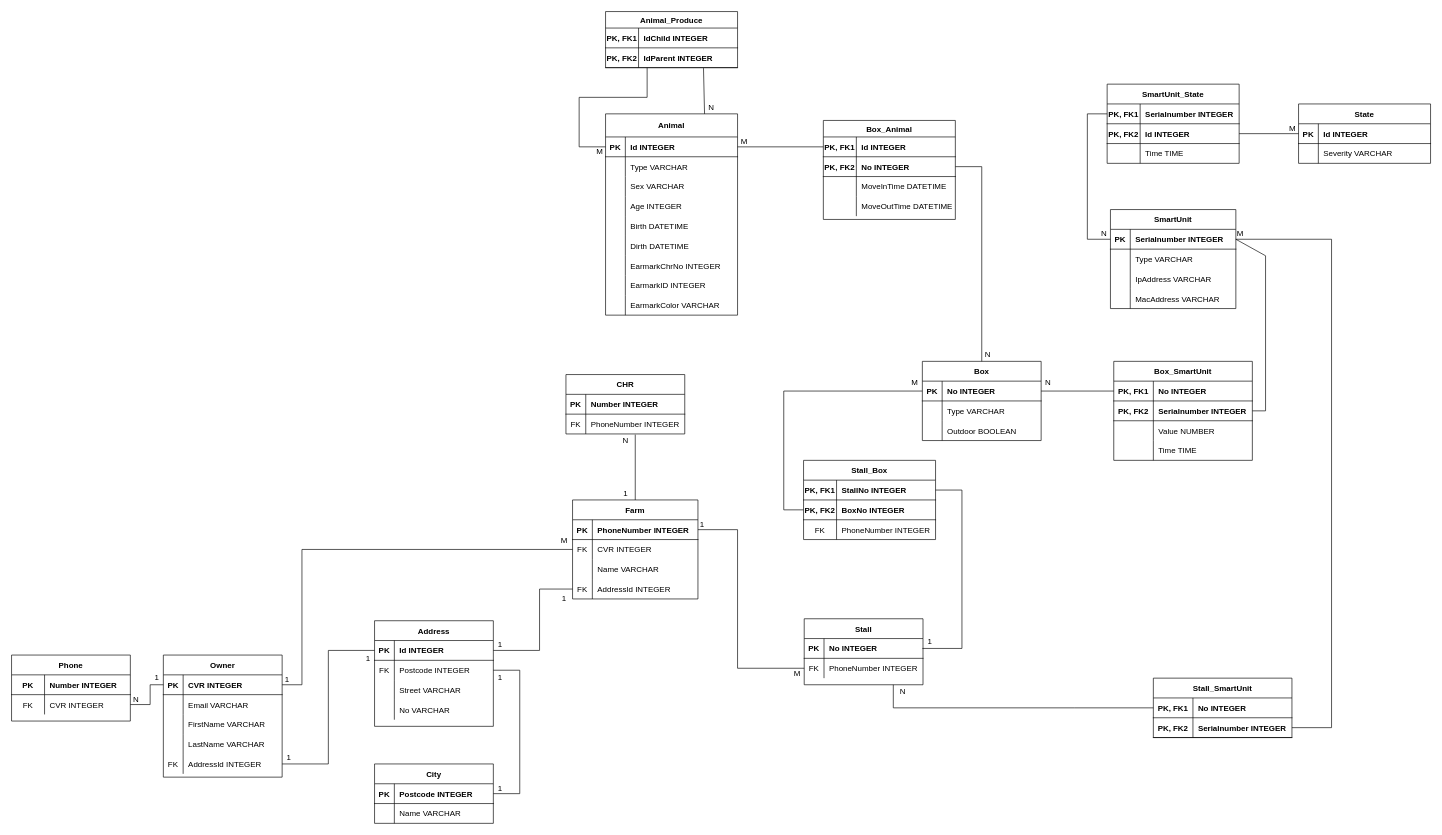
The draw.io diagram PigFarm ER diagram.drawio in jonash871j/H2-PigFarm, before the edit. Source tidied: cells renumbered, new cells numbered last; positions are measured from the earlier drawing's top-left corner, leaving out a move shared by most shapes. Both pictures are drawn from the tidied source at 66%, with x=0, y=0 at pixel (11, 11).
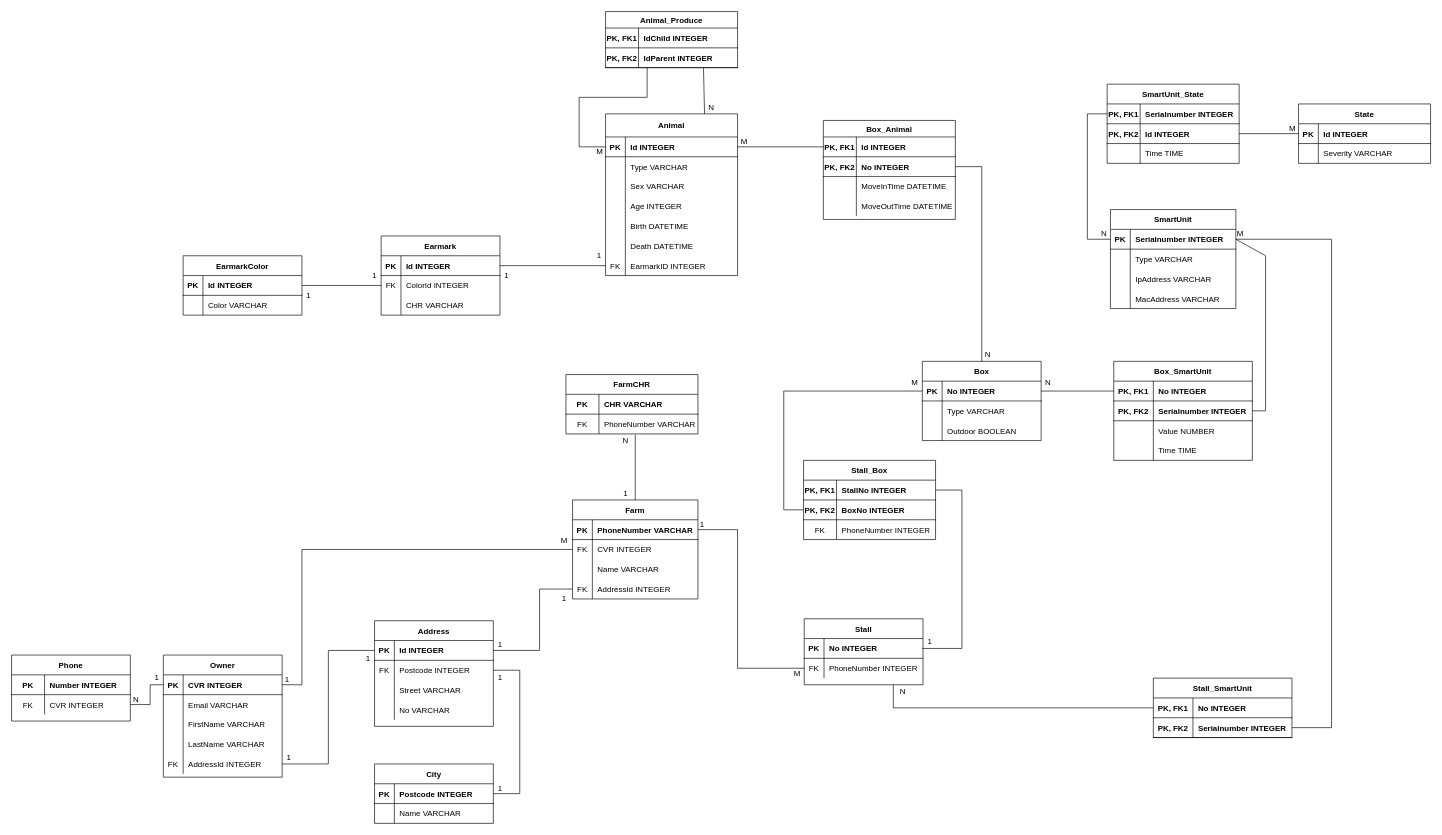
The same page after the edit.

Unchanged cells that the change refers to:
```xml
<mxCell id="18" style="shape=partialRectangle;fillColor=none;top=0;left=0;bottom=0;right=0;" parent="2" vertex="1">
  <mxGeometry y="185" width="200" height="30" as="geometry" />
</mxCell>
<mxCell id="91" style="shape=partialRectangle;fillColor=none;top=0;left=0;bottom=1;right=0;points=[[0,0.5],[1,0.5]];portConstraint=eastwest;" parent="90" vertex="1">
  <mxGeometry y="30" width="190" height="30" as="geometry" />
</mxCell>
```

Change to the diagram source:
```diff
@@
     <mxCell id="2" value="Animal" style="shape=table;startSize=35;childLayout=tableLayout;rowLines=0;fontStyle=1;align=center;fillColor=none;" parent="1" vertex="1">
-      <mxGeometry x="900" y="155" width="200" height="305" as="geometry" />
+      <mxGeometry x="900" y="155" width="200" height="245" as="geometry" />
     </mxCell>
@@
-    <mxCell id="20" value="Dirth DATETIME" style="shape=partialRectangle;fillColor=none;top=0;left=0;bottom=0;right=0;align=left;spacingLeft=6;overflow=hidden;" parent="18" vertex="1">
+    <mxCell id="20" value="Death DATETIME" style="shape=partialRectangle;fillColor=none;top=0;left=0;bottom=0;right=0;align=left;spacingLeft=6;overflow=hidden;" parent="18" vertex="1">
       <mxGeometry x="30" width="170" height="30" as="geometry" />
     </mxCell>
-    <mxCell id="21" style="shape=partialRectangle;fillColor=none;top=0;left=0;bottom=0;right=0;" parent="2" vertex="1">
-      <mxGeometry y="215" width="200" height="30" as="geometry" />
-    </mxCell>
-    <mxCell id="22" style="shape=partialRectangle;fillColor=none;top=0;left=0;bottom=0;right=0;overflow=hidden;" parent="21" vertex="1">
-      <mxGeometry width="30" height="30" as="geometry" />
-    </mxCell>
-    <mxCell id="23" value="EarmarkChrNo INTEGER" style="shape=partialRectangle;fillColor=none;top=0;left=0;bottom=0;right=0;align=left;spacingLeft=6;overflow=hidden;" parent="21" vertex="1">
-      <mxGeometry x="30" width="170" height="30" as="geometry" />
-    </mxCell>
     <mxCell id="24" style="shape=partialRectangle;fillColor=none;top=0;left=0;bottom=0;right=0;points=[[0,0.5],[1,0.5]];portConstraint=eastwest;" parent="2" vertex="1">
-      <mxGeometry y="245" width="200" height="30" as="geometry" />
+      <mxGeometry y="215" width="200" height="30" as="geometry" />
     </mxCell>
-    <mxCell id="25" style="shape=partialRectangle;fillColor=none;top=0;left=0;bottom=0;right=0;overflow=hidden;" parent="24" vertex="1">
+    <mxCell id="25" value="FK" style="shape=partialRectangle;fillColor=none;top=0;left=0;bottom=0;right=0;overflow=hidden;" parent="24" vertex="1">
       <mxGeometry width="30" height="30" as="geometry" />
     </mxCell>
@@
-    <mxCell id="27" style="shape=partialRectangle;fillColor=none;top=0;left=0;bottom=0;right=0;" parent="2" vertex="1">
-      <mxGeometry y="275" width="200" height="30" as="geometry" />
-    </mxCell>
-    <mxCell id="28" style="shape=partialRectangle;fillColor=none;top=0;left=0;bottom=0;right=0;overflow=hidden;" parent="27" vertex="1">
-      <mxGeometry width="30" height="30" as="geometry" />
-    </mxCell>
-    <mxCell id="29" value="EarmarkColor VARCHAR" style="shape=partialRectangle;fillColor=none;top=0;left=0;bottom=0;right=0;align=left;spacingLeft=6;overflow=hidden;" parent="27" vertex="1">
-      <mxGeometry x="30" width="170" height="30" as="geometry" />
-    </mxCell>
@@
-    <mxCell id="93" value="PhoneNumber INTEGER" style="shape=partialRectangle;fillColor=none;top=0;left=0;bottom=0;right=0;align=left;spacingLeft=6;fontStyle=1;overflow=hidden;" parent="91" vertex="1">
+    <mxCell id="93" value="PhoneNumber VARCHAR" style="shape=partialRectangle;fillColor=none;top=0;left=0;bottom=0;right=0;align=left;spacingLeft=6;fontStyle=1;overflow=hidden;" parent="91" vertex="1">
       <mxGeometry x="30" width="160" height="30" as="geometry" />
     </mxCell>
@@
-    <mxCell id="133" value="CHR" style="shape=table;startSize=30;childLayout=tableLayout;rowLines=0;fontStyle=1;align=center;" parent="1" vertex="1">
-      <mxGeometry x="840" y="550" width="180" height="90" as="geometry" />
+    <mxCell id="133" value="FarmCHR" style="shape=table;startSize=30;childLayout=tableLayout;rowLines=0;fontStyle=1;align=center;" parent="1" vertex="1">
+      <mxGeometry x="840" y="550" width="200" height="90" as="geometry" />
     </mxCell>
     <mxCell id="134" style="shape=partialRectangle;fillColor=none;top=0;left=0;bottom=1;right=0;" parent="133" vertex="1">
-      <mxGeometry y="30" width="180" height="30" as="geometry" />
+      <mxGeometry y="30" width="200" height="30" as="geometry" />
     </mxCell>
     <mxCell id="135" value="PK" style="shape=partialRectangle;fillColor=none;top=0;left=0;bottom=0;right=0;fontStyle=1;overflow=hidden;" parent="134" vertex="1">
-      <mxGeometry width="30" height="30" as="geometry" />
+      <mxGeometry width="50" height="30" as="geometry" />
     </mxCell>
-    <mxCell id="136" value="Number INTEGER" style="shape=partialRectangle;fillColor=none;top=0;left=0;bottom=0;right=0;align=left;spacingLeft=6;fontStyle=1;overflow=hidden;" parent="134" vertex="1">
-      <mxGeometry x="30" width="150" height="30" as="geometry" />
+    <mxCell id="136" value="CHR VARCHAR" style="shape=partialRectangle;fillColor=none;top=0;left=0;bottom=0;right=0;align=left;spacingLeft=6;fontStyle=1;overflow=hidden;" parent="134" vertex="1">
+      <mxGeometry x="50" width="150" height="30" as="geometry" />
     </mxCell>
     <mxCell id="137" style="shape=partialRectangle;fillColor=none;top=0;left=0;bottom=0;right=0;" parent="133" vertex="1">
-      <mxGeometry y="60" width="180" height="30" as="geometry" />
+      <mxGeometry y="60" width="200" height="30" as="geometry" />
     </mxCell>
-    <mxCell id="138" value="FK" style="shape=partialRectangle;fillColor=none;top=0;left=0;bottom=0;right=0;overflow=hidden;" parent="137" vertex="1">
-      <mxGeometry width="30" height="30" as="geometry" />
+    <mxCell id="138" value="FK" style="shape=partialRectangle;fillColor=none;top=0;left=0;bottom=0;right=0;overflow=hidden;fontStyle=0;" parent="137" vertex="1">
+      <mxGeometry width="50" height="30" as="geometry" />
     </mxCell>
-    <mxCell id="139" value="PhoneNumber INTEGER" style="shape=partialRectangle;fillColor=none;top=0;left=0;bottom=0;right=0;align=left;spacingLeft=6;overflow=hidden;" parent="137" vertex="1">
-      <mxGeometry x="30" width="150" height="30" as="geometry" />
+    <mxCell id="139" value="PhoneNumber VARCHAR" style="shape=partialRectangle;fillColor=none;top=0;left=0;bottom=0;right=0;align=left;spacingLeft=6;overflow=hidden;fontStyle=0;" parent="137" vertex="1">
+      <mxGeometry x="50" width="150" height="30" as="geometry" />
     </mxCell>
@@
+    <mxCell id="235" value="EarmarkColor" style="shape=table;startSize=30;childLayout=tableLayout;rowLines=0;fontStyle=1;align=center;" parent="1" vertex="1">
+      <mxGeometry x="260" y="370" width="180" height="90" as="geometry" />
+    </mxCell>
+    <mxCell id="236" style="shape=partialRectangle;fillColor=none;top=0;left=0;bottom=1;right=0;points=[[0,0.5],[1,0.5]];portConstraint=eastwest;" parent="235" vertex="1">
+      <mxGeometry y="30" width="180" height="30" as="geometry" />
+    </mxCell>
+    <mxCell id="237" value="PK" style="shape=partialRectangle;fillColor=none;top=0;left=0;bottom=0;right=0;fontStyle=1;overflow=hidden;" parent="236" vertex="1">
+      <mxGeometry width="30" height="30" as="geometry" />
+    </mxCell>
+    <mxCell id="238" value="Id INTEGER" style="shape=partialRectangle;fillColor=none;top=0;left=0;bottom=0;right=0;align=left;spacingLeft=6;fontStyle=1;overflow=hidden;" parent="236" vertex="1">
+      <mxGeometry x="30" width="150" height="30" as="geometry" />
+    </mxCell>
+    <mxCell id="239" style="shape=partialRectangle;fillColor=none;top=0;left=0;bottom=0;right=0;" parent="235" vertex="1">
+      <mxGeometry y="60" width="180" height="30" as="geometry" />
+    </mxCell>
+    <mxCell id="240" style="shape=partialRectangle;fillColor=none;top=0;left=0;bottom=0;right=0;overflow=hidden;" parent="239" vertex="1">
+      <mxGeometry width="30" height="30" as="geometry" />
+    </mxCell>
+    <mxCell id="241" value="Color VARCHAR" style="shape=partialRectangle;fillColor=none;top=0;left=0;bottom=0;right=0;align=left;spacingLeft=6;overflow=hidden;" parent="239" vertex="1">
+      <mxGeometry x="30" width="150" height="30" as="geometry" />
+    </mxCell>
+    <mxCell id="242" value="Earmark" style="shape=table;startSize=30;childLayout=tableLayout;rowLines=0;fontStyle=1;align=center;" parent="1" vertex="1">
+      <mxGeometry x="560" y="340" width="180" height="120" as="geometry" />
+    </mxCell>
+    <mxCell id="243" style="shape=partialRectangle;fillColor=none;top=0;left=0;bottom=1;right=0;points=[[0,0.5],[1,0.5]];portConstraint=eastwest;" parent="242" vertex="1">
+      <mxGeometry y="30" width="180" height="30" as="geometry" />
+    </mxCell>
+    <mxCell id="244" value="PK" style="shape=partialRectangle;fillColor=none;top=0;left=0;bottom=0;right=0;fontStyle=1;overflow=hidden;" parent="243" vertex="1">
+      <mxGeometry width="30" height="30" as="geometry" />
+    </mxCell>
+    <mxCell id="245" value="Id INTEGER" style="shape=partialRectangle;fillColor=none;top=0;left=0;bottom=0;right=0;align=left;spacingLeft=6;fontStyle=1;overflow=hidden;" parent="243" vertex="1">
+      <mxGeometry x="30" width="150" height="30" as="geometry" />
+    </mxCell>
+    <mxCell id="246" style="shape=partialRectangle;fillColor=none;top=0;left=0;bottom=0;right=0;points=[[0,0.5],[1,0.5]];portConstraint=eastwest;" parent="242" vertex="1">
+      <mxGeometry y="60" width="180" height="30" as="geometry" />
+    </mxCell>
+    <mxCell id="247" value="FK" style="shape=partialRectangle;fillColor=none;top=0;left=0;bottom=0;right=0;overflow=hidden;" parent="246" vertex="1">
+      <mxGeometry width="30" height="30" as="geometry" />
+    </mxCell>
+    <mxCell id="248" value="ColorId INTEGER" style="shape=partialRectangle;fillColor=none;top=0;left=0;bottom=0;right=0;align=left;spacingLeft=6;overflow=hidden;" parent="246" vertex="1">
+      <mxGeometry x="30" width="150" height="30" as="geometry" />
+    </mxCell>
+    <mxCell id="249" style="shape=partialRectangle;fillColor=none;top=0;left=0;bottom=0;right=0;" parent="242" vertex="1">
+      <mxGeometry y="90" width="180" height="30" as="geometry" />
+    </mxCell>
+    <mxCell id="250" style="shape=partialRectangle;fillColor=none;top=0;left=0;bottom=0;right=0;overflow=hidden;" parent="249" vertex="1">
+      <mxGeometry width="30" height="30" as="geometry" />
+    </mxCell>
+    <mxCell id="251" value="CHR VARCHAR" style="shape=partialRectangle;fillColor=none;top=0;left=0;bottom=0;right=0;align=left;spacingLeft=6;overflow=hidden;" parent="249" vertex="1">
+      <mxGeometry x="30" width="150" height="30" as="geometry" />
+    </mxCell>
+    <mxCell id="252" style="endArrow=none;html=1;exitX=1;exitY=0.5;exitDx=0;exitDy=0;entryX=0;entryY=0.5;entryDx=0;entryDy=0;" parent="1" edge="1" source="236" target="246">
+      <mxGeometry relative="1" as="geometry" />
+    </mxCell>
+    <mxCell id="253" style="endArrow=none;html=1;entryX=0;entryY=0.5;entryDx=0;entryDy=0;exitX=1;exitY=0.5;exitDx=0;exitDy=0;rounded=0;" parent="1" edge="1" source="243" target="24">
+      <mxGeometry relative="1" as="geometry">
+        <Array as="points">
+          <mxPoint x="820" y="385" />
+        </Array>
+      </mxGeometry>
+    </mxCell>
+    <mxCell id="254" value="1" style="text;html=1;align=center;verticalAlign=middle;" parent="1" vertex="1">
+      <mxGeometry x="440" y="420" width="20" height="20" as="geometry" />
+    </mxCell>
+    <mxCell id="255" value="1" style="text;html=1;align=center;verticalAlign=middle;" parent="1" vertex="1">
+      <mxGeometry x="540" y="390" width="20" height="20" as="geometry" />
+    </mxCell>
+    <mxCell id="256" value="1" style="text;html=1;align=center;verticalAlign=middle;" parent="1" vertex="1">
+      <mxGeometry x="740" y="390" width="20" height="20" as="geometry" />
+    </mxCell>
+    <mxCell id="257" value="1" style="text;html=1;align=center;verticalAlign=middle;" parent="1" vertex="1">
+      <mxGeometry x="880" y="360" width="20" height="20" as="geometry" />
+    </mxCell>
```
